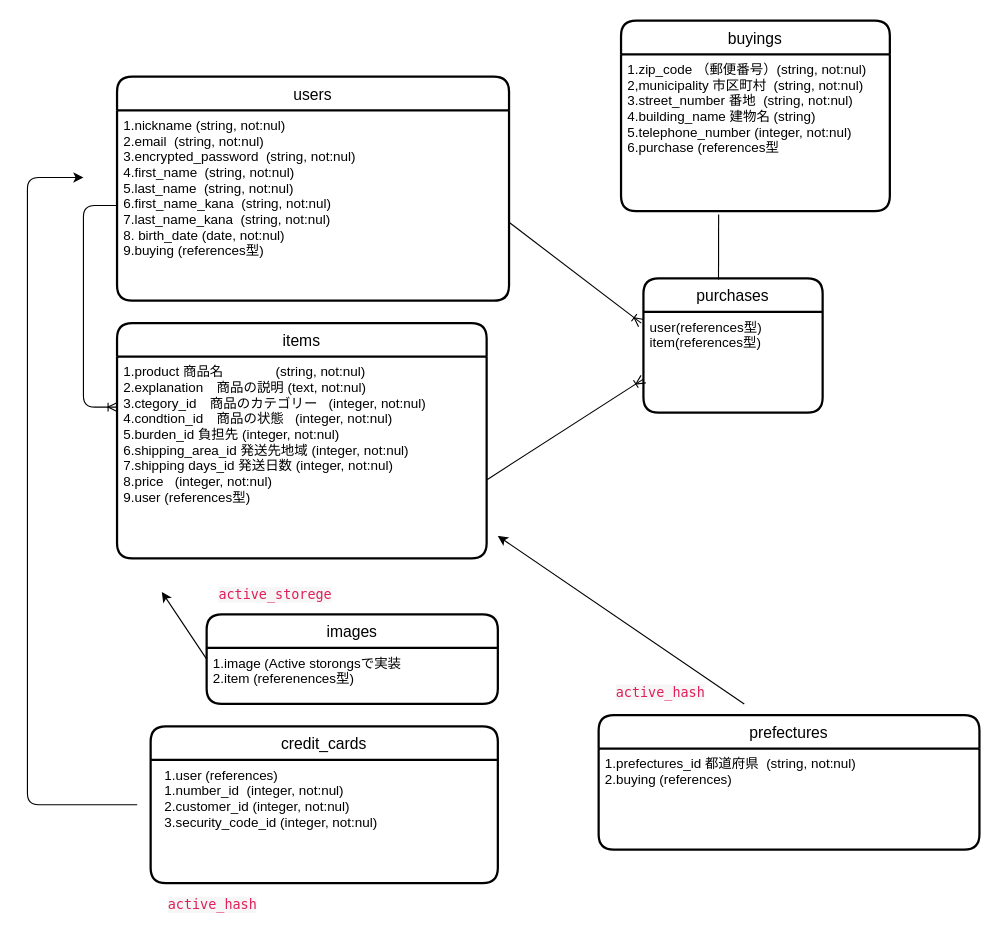
This is ER図.dio from tomotim/furima-32652, a draw.io file, before an edit. Source tidied: cells renumbered, new cells numbered last; positions are measured from the earlier drawing's top-left corner, leaving out a move shared by most shapes. Both pictures are drawn from the tidied source at 112%, with x=0, y=0 at pixel (27, 20).
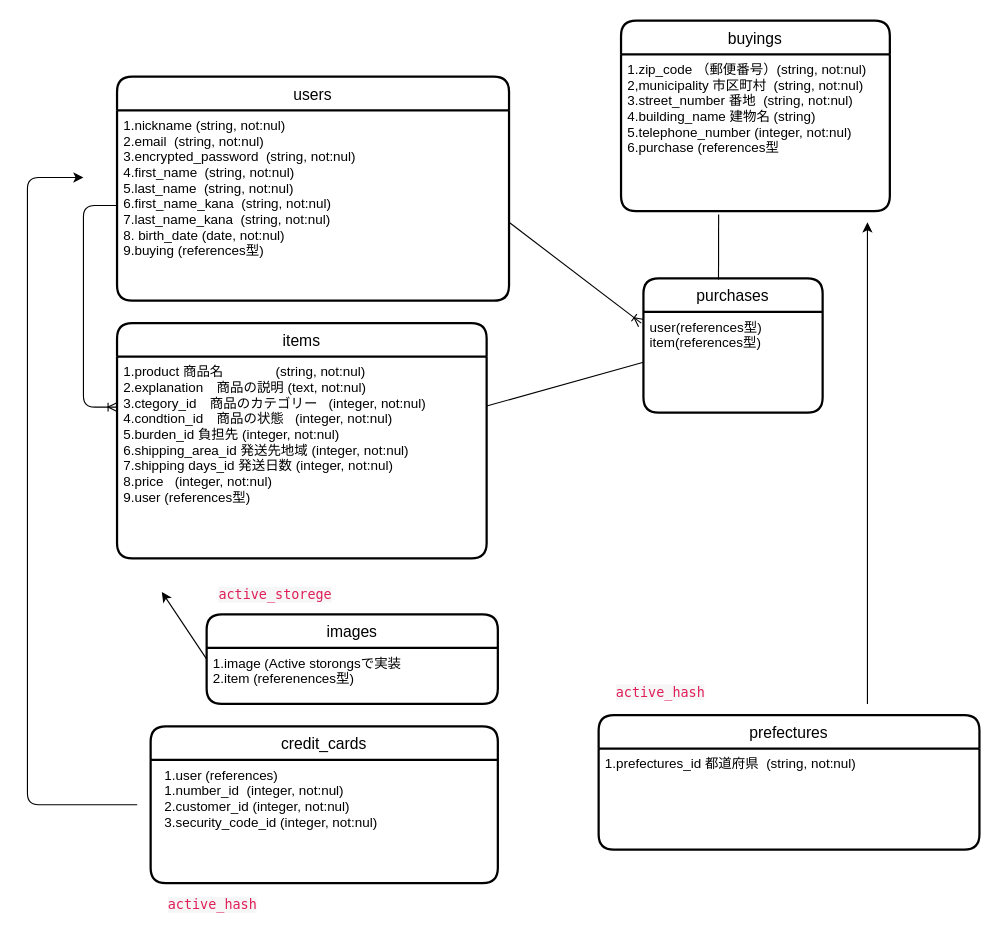
The same page after the edit.

The change refers to these unchanged cells:
```xml
<mxCell id="7" value="1.product 商品名              (string, not:nul)&#10;2.explanation　商品の説明 (text, not:nul)&#10;3.ctegory_id　商品のカテゴリー   (integer, not:nul)&#10;4.condtion_id　商品の状態   (integer, not:nul)&#10;5.burden_id 負担先 (integer, not:nul)&#10;6.shipping_area_id 発送先地域 (integer, not:nul)&#10;7.shipping days_id 発送日数 (integer, not:nul)&#10;8.price   (integer, not:nul) &#10;9.user (references型)&#10;" style="align=left;strokeColor=none;fillColor=none;spacingLeft=4;fontSize=12;verticalAlign=top;" parent="6" vertex="1">
  <mxGeometry y="30" width="330" height="180" as="geometry" />
</mxCell>
<mxCell id="14" value="prefectures" style="swimlane;horizontal=1;startSize=30;rounded=1;fontSize=14;fontStyle=0;strokeWidth=2;shadow=0;dashed=0;align=center;" parent="1" vertex="1">
  <mxGeometry x="510" y="620" width="340" height="120" as="geometry" />
</mxCell>
<mxCell id="19" value="purchases" style="swimlane;horizontal=1;startSize=30;rounded=1;fontSize=14;fontStyle=0;strokeWidth=2;shadow=0;dashed=0;align=center;" parent="1" vertex="1">
  <mxGeometry x="550" y="230" width="160" height="120" as="geometry" />
</mxCell>
<mxCell id="20" value="user(references型) &#10;item(references型) " style="align=left;strokeColor=none;fillColor=none;spacingLeft=4;fontSize=12;verticalAlign=top;" parent="19" vertex="1">
  <mxGeometry y="30" width="160" height="90" as="geometry" />
</mxCell>
```

The edit, as a diff of the source:
```diff
@@
-    <mxCell id="15" value="1.prefectures_id 都道府県  (string, not:nul)&#10;2.buying (references)" style="align=left;strokeColor=none;fillColor=none;spacingLeft=4;fontSize=12;verticalAlign=top;" parent="14" vertex="1">
+    <mxCell id="15" value="1.prefectures_id 都道府県  (string, not:nul)" style="align=left;strokeColor=none;fillColor=none;spacingLeft=4;fontSize=12;verticalAlign=top;" parent="14" vertex="1">
       <mxGeometry y="30" width="340" height="90" as="geometry" />
     </mxCell>
@@
-    <mxCell id="21" style="fontSize=12;html=1;endArrow=ERoneToMany;entryX=0;entryY=0.75;entryDx=0;entryDy=0;" parent="1" edge="1" target="19">
-      <mxGeometry relative="1" as="geometry">
-        <mxPoint x="410" y="410" as="sourcePoint" />
-      </mxGeometry>
-    </mxCell>
@@
     <mxCell id="24" style="endArrow=classic;html=1;" parent="1" edge="1">
       <mxGeometry relative="1" as="geometry">
-        <mxPoint x="640" y="610" as="sourcePoint" />
-        <mxPoint x="420" y="460" as="targetPoint" />
+        <mxPoint x="750" y="610" as="sourcePoint" />
+        <mxPoint x="750" y="180" as="targetPoint" />
       </mxGeometry>
     </mxCell>
@@
+    <mxCell id="27" style="endArrow=none;html=1;rounded=0;entryX=0;entryY=0.5;entryDx=0;entryDy=0;" parent="1" edge="1" source="7" target="20">
+      <mxGeometry relative="1" as="geometry" />
+    </mxCell>
```
